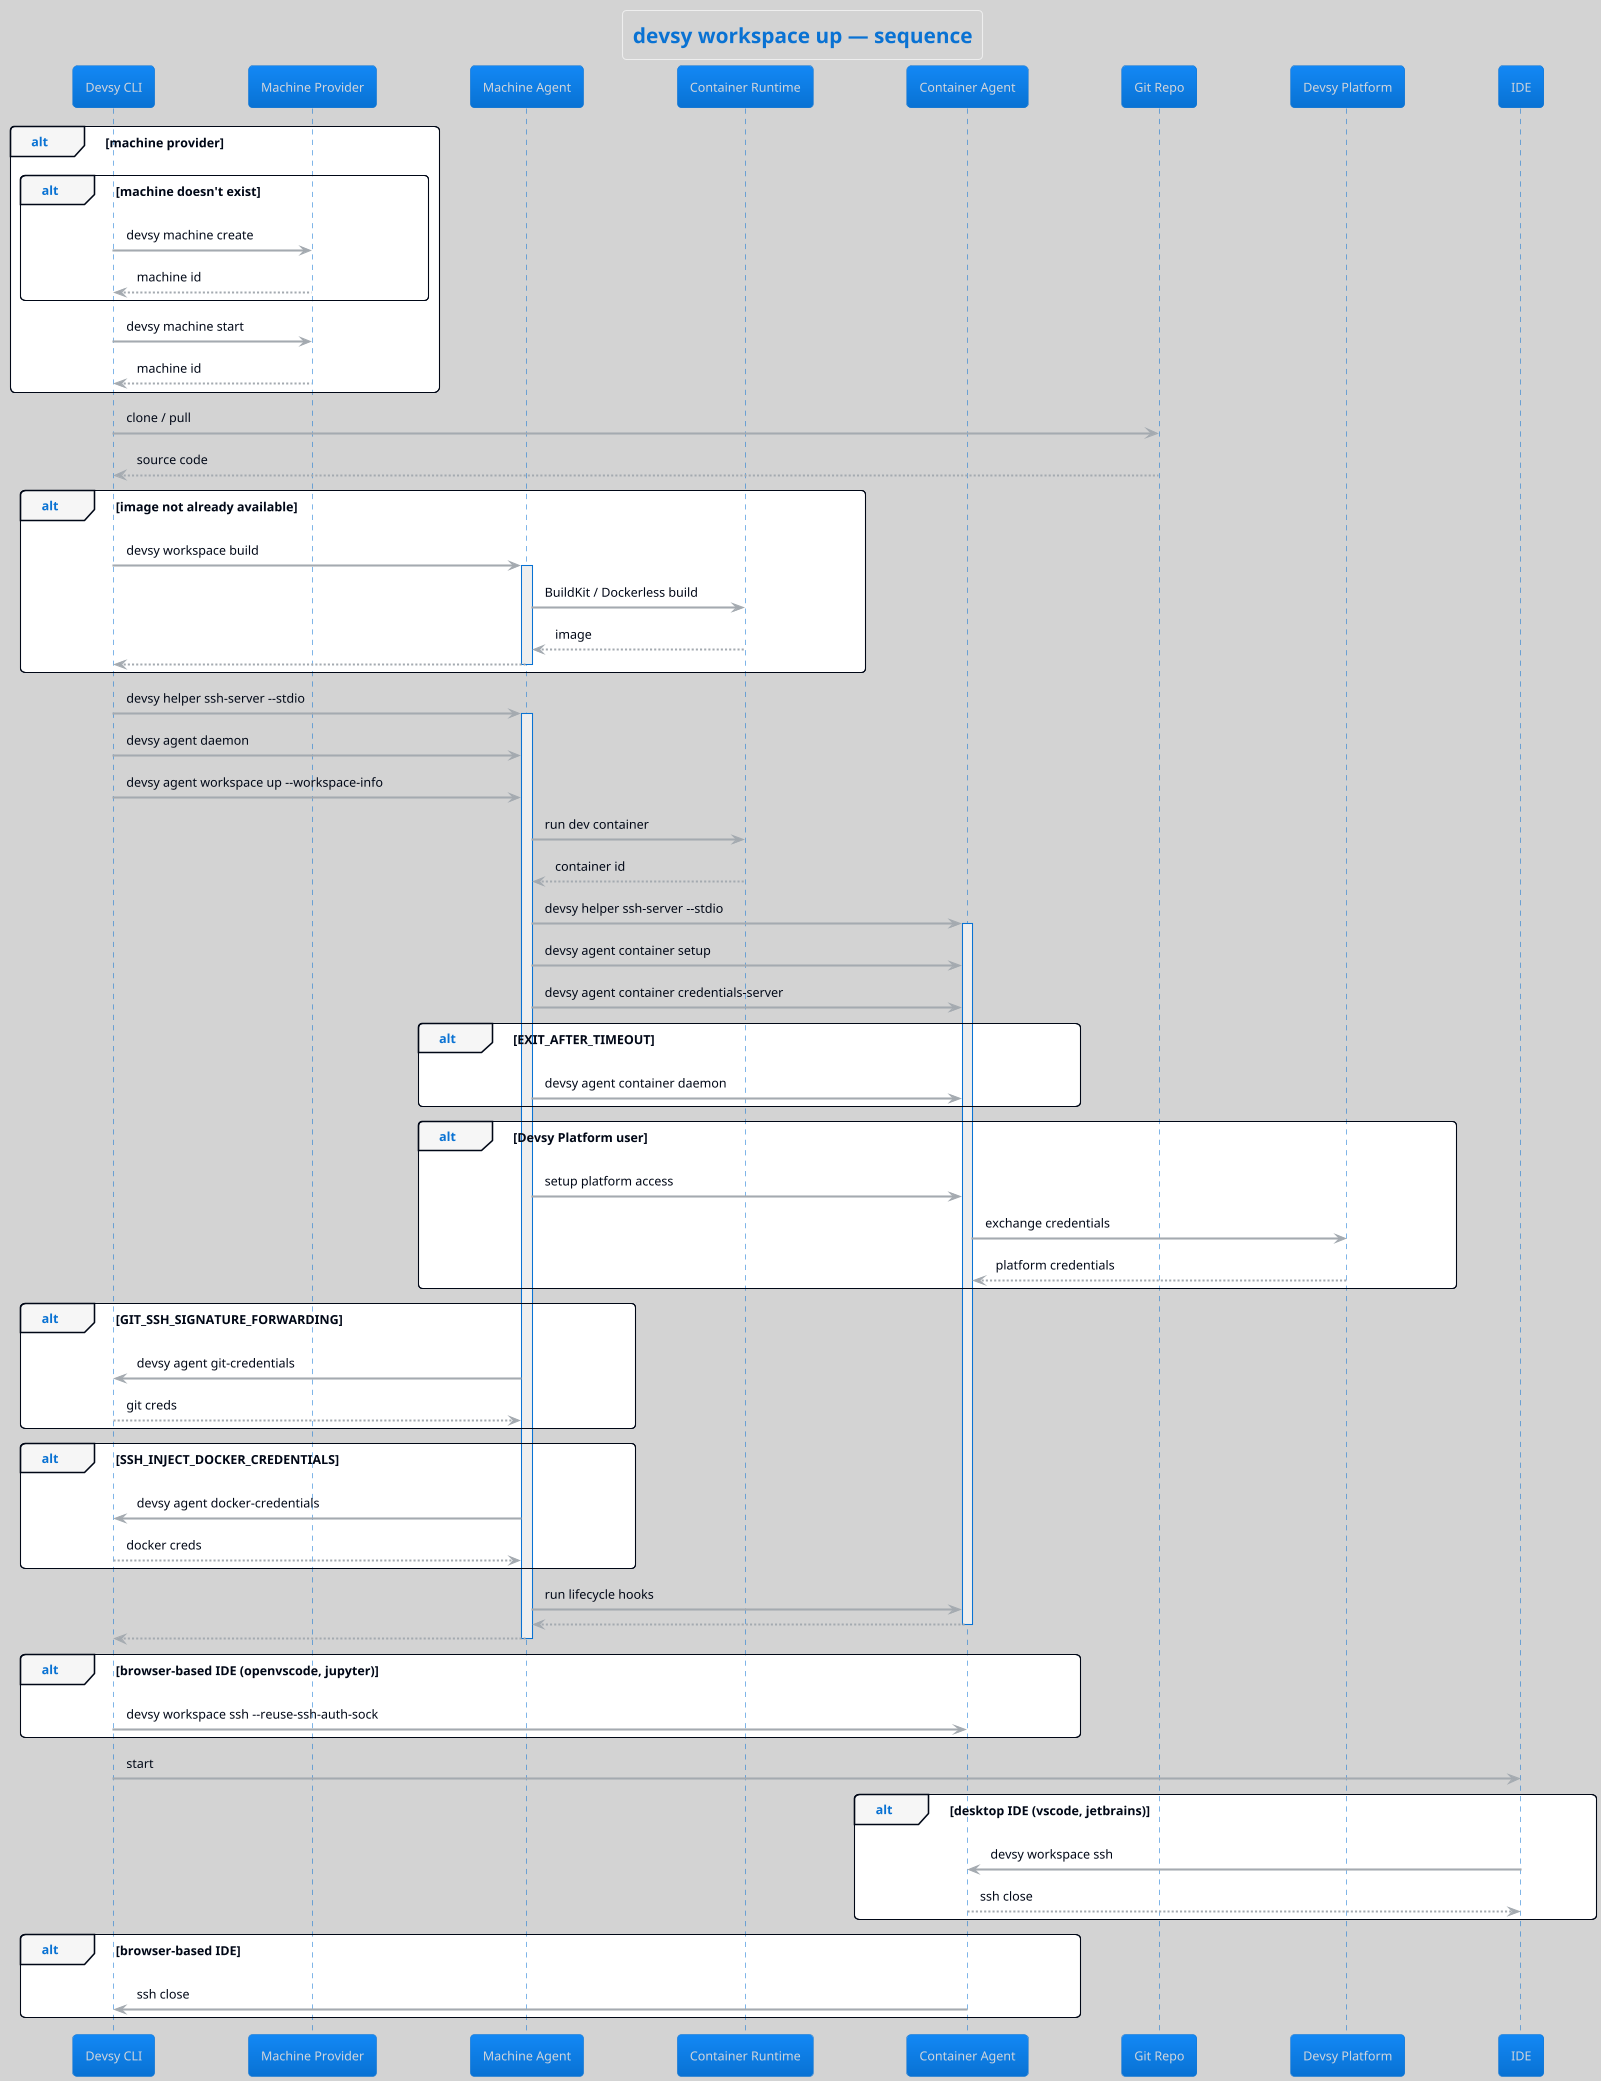
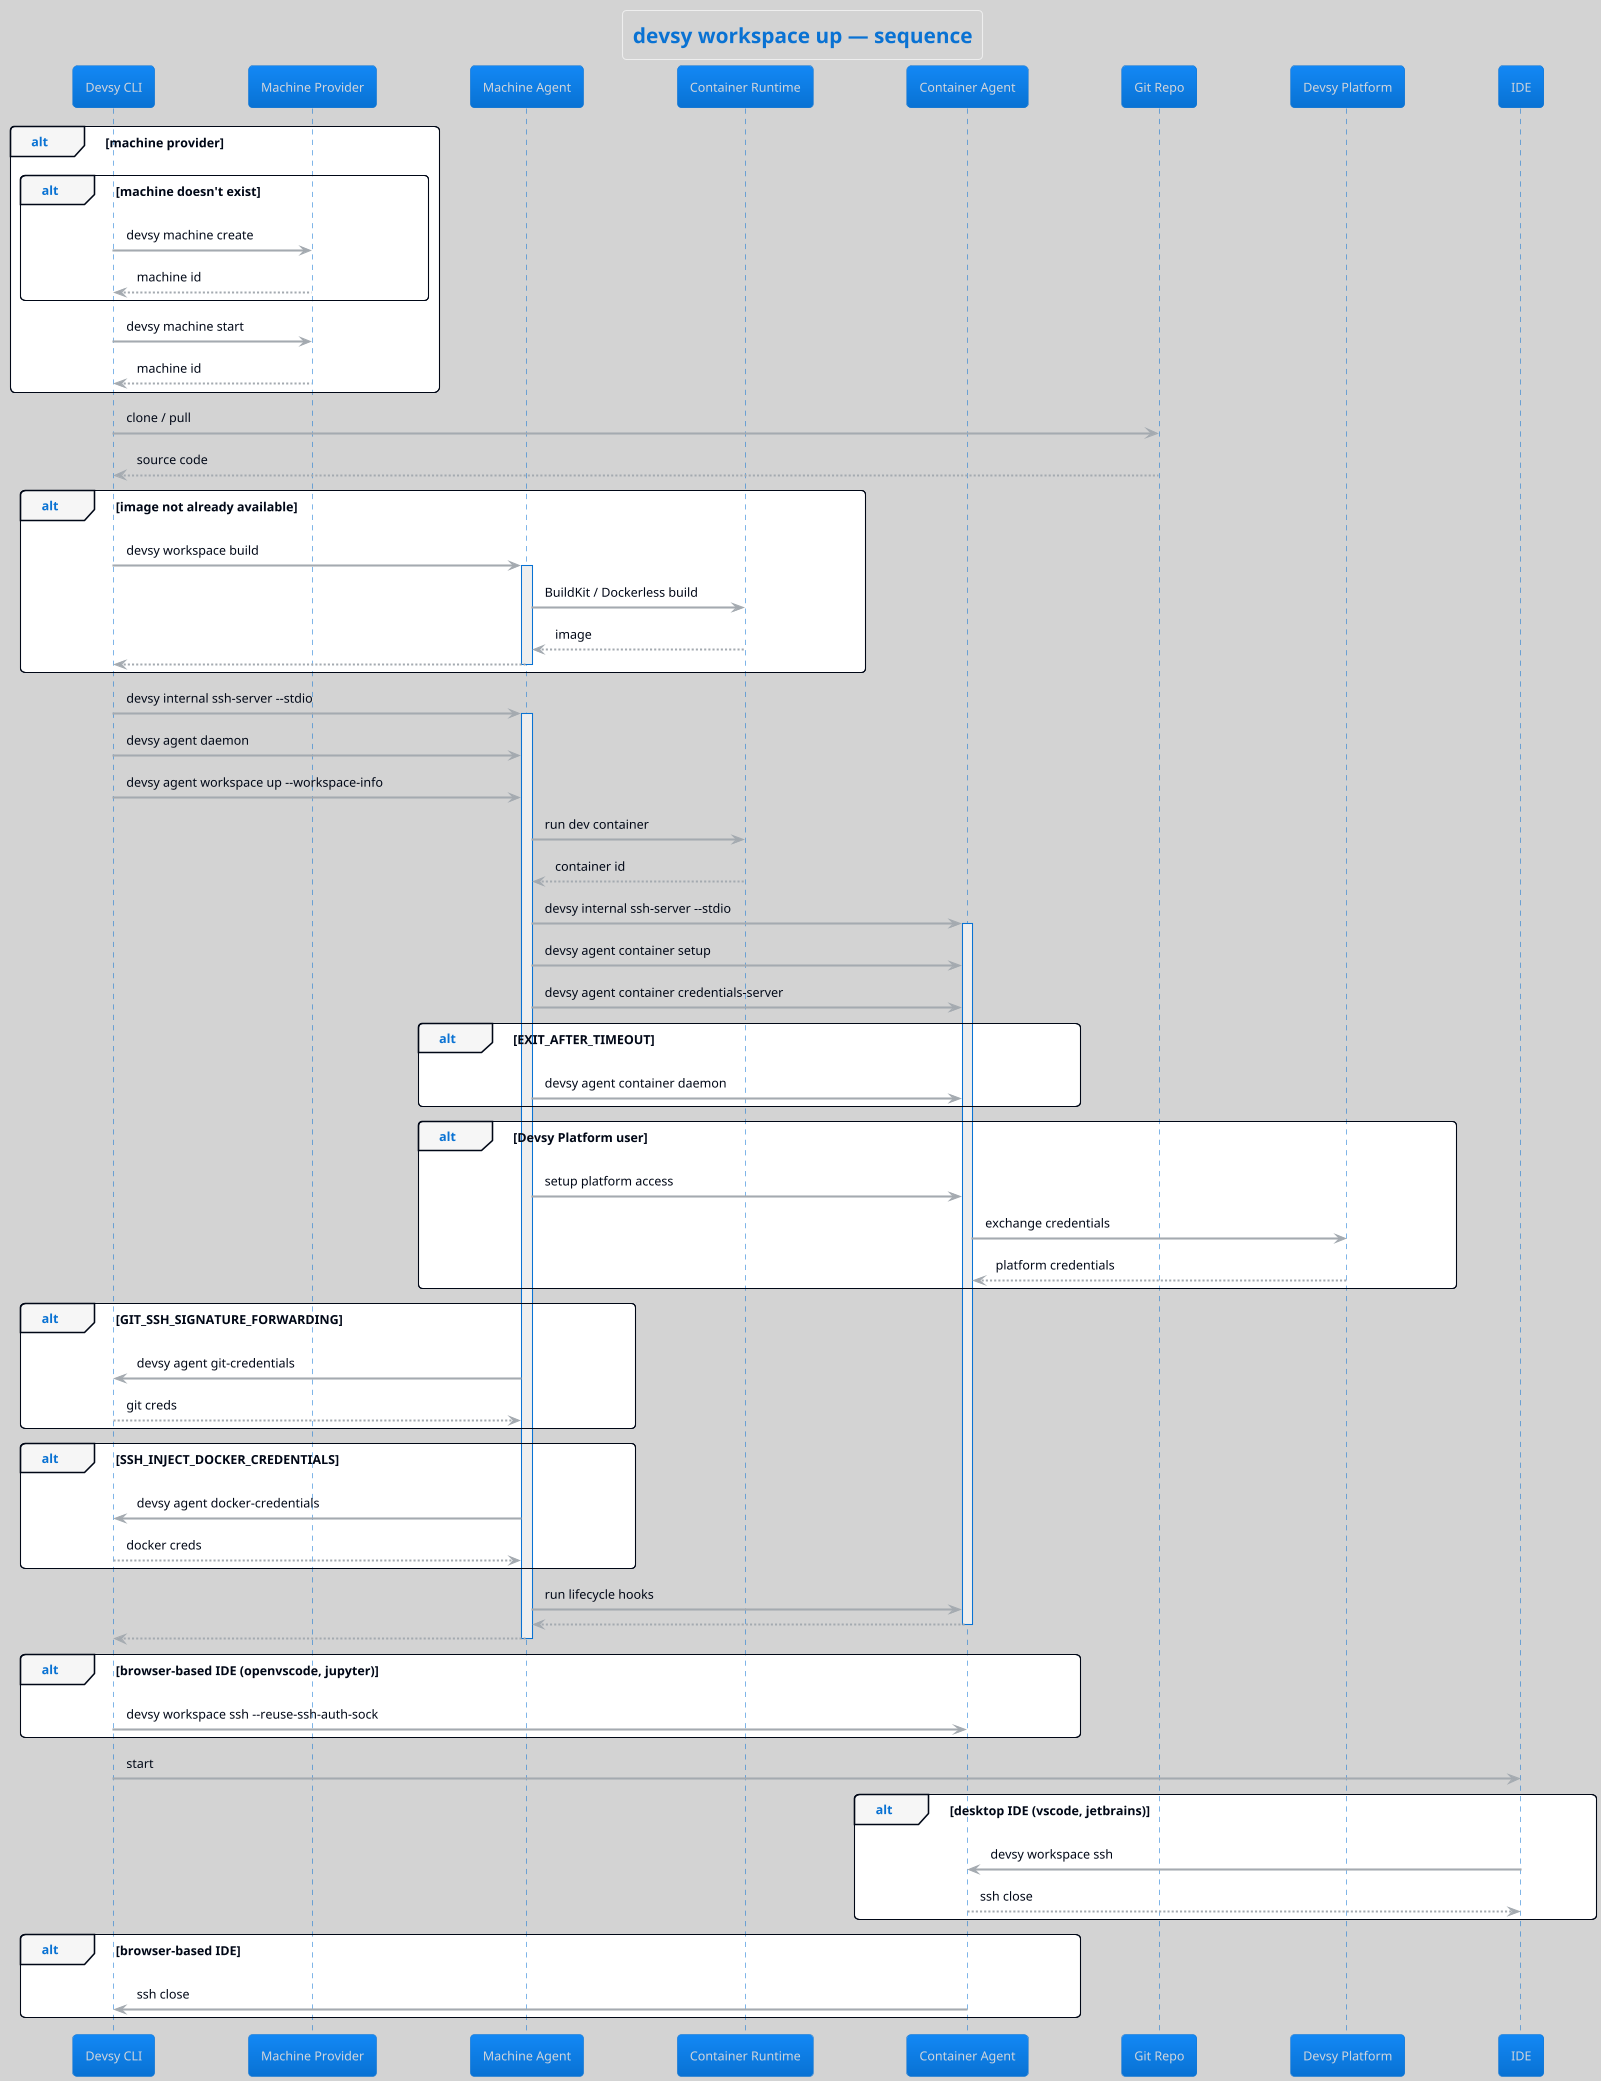
@startuml

!theme cloudscape-design
skinparam BackgroundColor lightgray

title devsy workspace up — sequence

participant "Devsy CLI" as Devsy
participant "Machine Provider" as Provider
participant "Machine Agent" as Agent
participant "Container Runtime" as ContainerRuntime
participant "Container Agent" as ContainerAgent
participant "Git Repo" as Repo
participant "Devsy Platform" as Platform
participant "IDE" as IDE

alt machine provider
  alt machine doesn't exist
    Devsy -> Provider: devsy machine create
    Provider --> Devsy: machine id
  end
  Devsy -> Provider: devsy machine start
  Provider --> Devsy: machine id
end

Devsy -> Repo: clone / pull
Repo --> Devsy: source code

alt image not already available
  Devsy -> Agent: devsy workspace build
  activate Agent
  Agent -> ContainerRuntime: BuildKit / Dockerless build
  ContainerRuntime --> Agent: image
  Agent --> Devsy:
  deactivate Agent
end

- Devsy -> Agent: devsy helper ssh-server --stdio
+ Devsy -> Agent: devsy internal ssh-server --stdio
activate Agent
Devsy -> Agent: devsy agent daemon
Devsy -> Agent: devsy agent workspace up --workspace-info

Agent -> ContainerRuntime: run dev container
ContainerRuntime --> Agent: container id

- Agent -> ContainerAgent: devsy helper ssh-server --stdio
+ Agent -> ContainerAgent: devsy internal ssh-server --stdio
activate ContainerAgent

Agent -> ContainerAgent: devsy agent container setup
Agent -> ContainerAgent: devsy agent container credentials-server
alt EXIT_AFTER_TIMEOUT
  Agent -> ContainerAgent: devsy agent container daemon
end

alt Devsy Platform user
  Agent -> ContainerAgent: setup platform access
  ContainerAgent -> Platform: exchange credentials
  Platform --> ContainerAgent: platform credentials
end

alt GIT_SSH_SIGNATURE_FORWARDING
  Agent -> Devsy: devsy agent git-credentials
  Devsy --> Agent: git creds
end
alt SSH_INJECT_DOCKER_CREDENTIALS
  Agent -> Devsy: devsy agent docker-credentials
  Devsy --> Agent: docker creds
end

Agent -> ContainerAgent: run lifecycle hooks

ContainerAgent --> Agent:
deactivate ContainerAgent
Agent --> Devsy:
deactivate Agent

alt browser-based IDE (openvscode, jupyter)
  Devsy -> ContainerAgent: devsy workspace ssh --reuse-ssh-auth-sock
end

Devsy -> IDE: start

alt desktop IDE (vscode, jetbrains)
  IDE -> ContainerAgent: devsy workspace ssh
  ContainerAgent --> IDE: ssh close
end

alt browser-based IDE
  ContainerAgent -> Devsy: ssh close
end

@enduml
